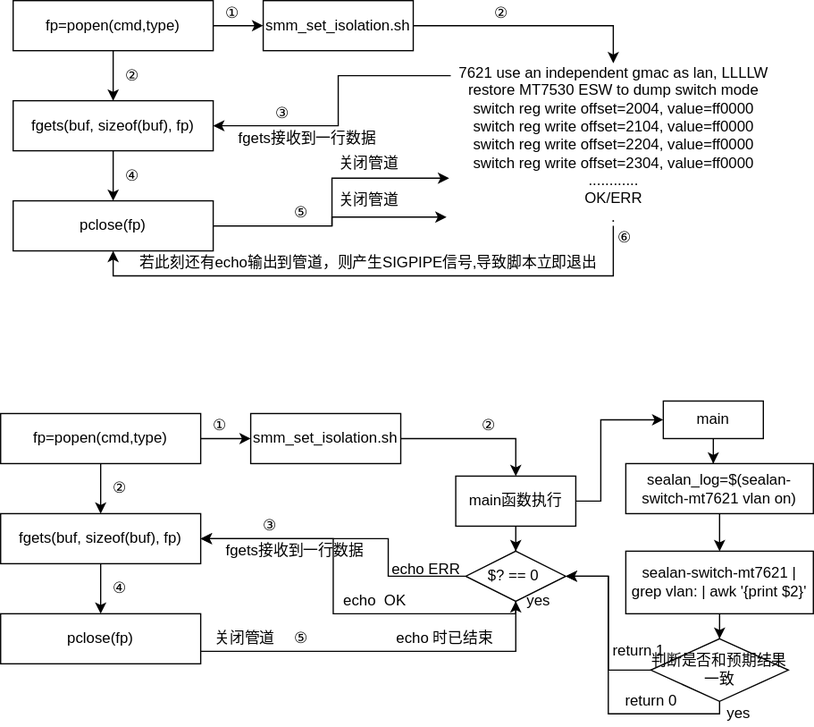
The draw.io diagram drag_demo/popen_isolation.svg in Archive-ch/Web_Demo, before a commit. Source tidied: cells renumbered, new cells last; positions are measured from the earlier drawing's top-left corner, leaving out a move shared by most shapes.
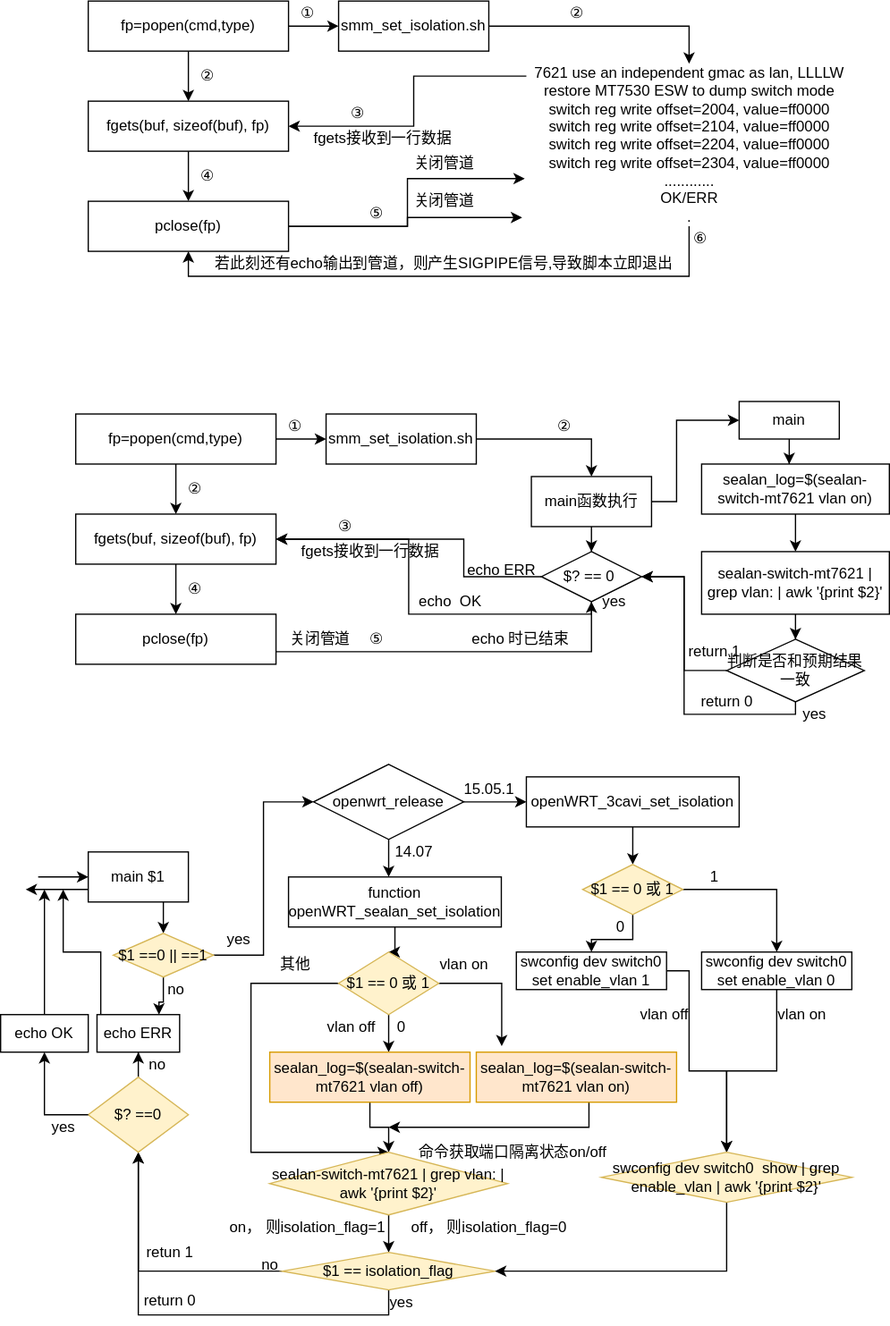
The same file after the commit.

What changed in the source:
```diff
@@ -246,5 +246,263 @@
     <mxCell id="64" value="echo ERR" style="text;html=1;align=center;verticalAlign=middle;" parent="1" vertex="1">
       <mxGeometry x="305" y="445" width="70" height="20" as="geometry" />
     </mxCell>
+    <mxCell id="65" style="edgeStyle=orthogonalEdgeStyle;rounded=0;jettySize=auto;html=1;startArrow=classic;startFill=1;endArrow=none;endFill=0;" parent="1" edge="1" source="68">
+      <mxGeometry relative="1" as="geometry">
+        <mxPoint x="-30" y="700" as="targetPoint" />
+      </mxGeometry>
+    </mxCell>
+    <mxCell id="66" style="edgeStyle=orthogonalEdgeStyle;rounded=0;jettySize=auto;html=1;startArrow=none;startFill=0;endArrow=classic;endFill=1;" parent="1" edge="1" source="68">
+      <mxGeometry relative="1" as="geometry">
+        <mxPoint x="-40" y="710" as="targetPoint" />
+        <Array as="points">
+          <mxPoint y="710" />
+          <mxPoint y="710" />
+        </Array>
+      </mxGeometry>
+    </mxCell>
+    <mxCell id="67" style="edgeStyle=orthogonalEdgeStyle;rounded=0;jettySize=auto;html=1;entryX=0.5;entryY=0;entryDx=0;entryDy=0;startArrow=none;startFill=0;endArrow=classic;endFill=1;" parent="1" edge="1" source="68" target="110">
+      <mxGeometry relative="1" as="geometry">
+        <Array as="points">
+          <mxPoint x="70" y="730" />
+          <mxPoint x="70" y="730" />
+        </Array>
+      </mxGeometry>
+    </mxCell>
+    <mxCell id="68" value="main $1" style="whiteSpace=wrap;html=1;" parent="1" vertex="1">
+      <mxGeometry x="10" y="680" width="80" height="40" as="geometry" />
+    </mxCell>
+    <mxCell id="69" style="edgeStyle=orthogonalEdgeStyle;rounded=0;jettySize=auto;html=1;" parent="1" edge="1" source="71">
+      <mxGeometry relative="1" as="geometry">
+        <mxPoint x="250" y="700" as="targetPoint" />
+      </mxGeometry>
+    </mxCell>
+    <mxCell id="70" style="edgeStyle=orthogonalEdgeStyle;rounded=0;jettySize=auto;html=1;startArrow=none;startFill=0;endArrow=classic;endFill=1;" parent="1" edge="1" source="71">
+      <mxGeometry relative="1" as="geometry">
+        <mxPoint x="360" y="640" as="targetPoint" />
+      </mxGeometry>
+    </mxCell>
+    <mxCell id="71" value="openwrt_release" style="rhombus;whiteSpace=wrap;html=1;" parent="1" vertex="1">
+      <mxGeometry x="190" y="610" width="120" height="60" as="geometry" />
+    </mxCell>
+    <mxCell id="72" value="14.07" style="text;html=1;align=center;verticalAlign=middle;" parent="1" vertex="1">
+      <mxGeometry x="245" y="670" width="50" height="20" as="geometry" />
+    </mxCell>
+    <mxCell id="73" style="edgeStyle=orthogonalEdgeStyle;rounded=0;jettySize=auto;html=1;" parent="1" edge="1" source="74">
+      <mxGeometry relative="1" as="geometry">
+        <mxPoint x="250" y="760" as="targetPoint" />
+      </mxGeometry>
+    </mxCell>
+    <mxCell id="74" value="function openWRT_sealan_set_isolation" style="whiteSpace=wrap;html=1;" parent="1" vertex="1">
+      <mxGeometry x="170" y="700" width="170" height="40" as="geometry" />
+    </mxCell>
+    <mxCell id="75" style="edgeStyle=orthogonalEdgeStyle;rounded=0;jettySize=auto;html=1;" parent="1" edge="1" source="78">
+      <mxGeometry relative="1" as="geometry">
+        <mxPoint x="250" y="840" as="targetPoint" />
+      </mxGeometry>
+    </mxCell>
+    <mxCell id="76" style="edgeStyle=orthogonalEdgeStyle;rounded=0;jettySize=auto;html=1;entryX=0.5;entryY=0;entryDx=0;entryDy=0;startArrow=none;startFill=0;endArrow=classic;endFill=1;" parent="1" edge="1" source="78" target="86">
+      <mxGeometry relative="1" as="geometry">
+        <Array as="points">
+          <mxPoint x="140" y="785" />
+          <mxPoint x="140" y="920" />
+        </Array>
+      </mxGeometry>
+    </mxCell>
+    <mxCell id="77" style="edgeStyle=orthogonalEdgeStyle;rounded=0;jettySize=auto;html=1;entryX=0.127;entryY=-0.119;entryDx=0;entryDy=0;entryPerimeter=0;startArrow=none;startFill=0;endArrow=classic;endFill=1;" parent="1" edge="1" source="78" target="84">
+      <mxGeometry relative="1" as="geometry" />
+    </mxCell>
+    <mxCell id="78" value="$1 == 0 或 1" style="rhombus;whiteSpace=wrap;html=1;fillColor=#fff2cc;strokeColor=#d6b656;" parent="1" vertex="1">
+      <mxGeometry x="210" y="760" width="80" height="50" as="geometry" />
+    </mxCell>
+    <mxCell id="79" value="0" style="text;html=1;align=center;verticalAlign=middle;" parent="1" vertex="1">
+      <mxGeometry x="250" y="810" width="20" height="20" as="geometry" />
+    </mxCell>
+    <mxCell id="80" value="vlan off" style="text;html=1;align=center;verticalAlign=middle;" parent="1" vertex="1">
+      <mxGeometry x="195" y="810" width="50" height="20" as="geometry" />
+    </mxCell>
+    <mxCell id="81" style="edgeStyle=orthogonalEdgeStyle;rounded=0;jettySize=auto;html=1;" parent="1" edge="1" source="82">
+      <mxGeometry relative="1" as="geometry">
+        <mxPoint x="250" y="920" as="targetPoint" />
+      </mxGeometry>
+    </mxCell>
+    <mxCell id="82" value="sealan_log=$(sealan-switch-mt7621 vlan off)" style="whiteSpace=wrap;html=1;fillColor=#ffe6cc;strokeColor=#d79b00;" parent="1" vertex="1">
+      <mxGeometry x="155" y="840" width="160" height="40" as="geometry" />
+    </mxCell>
+    <mxCell id="83" style="edgeStyle=orthogonalEdgeStyle;rounded=0;jettySize=auto;html=1;" parent="1" edge="1" source="84">
+      <mxGeometry relative="1" as="geometry">
+        <mxPoint x="250" y="900" as="targetPoint" />
+        <Array as="points">
+          <mxPoint x="410" y="900" />
+        </Array>
+      </mxGeometry>
+    </mxCell>
+    <mxCell id="84" value="sealan_log=$(sealan-switch-mt7621 vlan on)" style="whiteSpace=wrap;html=1;fillColor=#ffe6cc;strokeColor=#d79b00;" parent="1" vertex="1">
+      <mxGeometry x="320" y="840" width="160" height="40" as="geometry" />
+    </mxCell>
+    <mxCell id="85" style="edgeStyle=orthogonalEdgeStyle;rounded=0;jettySize=auto;html=1;" parent="1" edge="1" source="86">
+      <mxGeometry relative="1" as="geometry">
+        <mxPoint x="250" y="1000" as="targetPoint" />
+      </mxGeometry>
+    </mxCell>
+    <mxCell id="86" value="sealan-switch-mt7621 | grep vlan: | awk '{print $2}'" style="rhombus;whiteSpace=wrap;html=1;fillColor=#fff2cc;strokeColor=#d6b656;" parent="1" vertex="1">
+      <mxGeometry x="155" y="920" width="190" height="50" as="geometry" />
+    </mxCell>
+    <mxCell id="87" value="命令获取端口隔离状态on/off" style="text;html=1;align=center;verticalAlign=middle;" parent="1" vertex="1">
+      <mxGeometry x="264" y="910" width="170" height="20" as="geometry" />
+    </mxCell>
+    <mxCell id="88" style="edgeStyle=orthogonalEdgeStyle;rounded=0;jettySize=auto;html=1;exitX=0;exitY=0.5;exitDx=0;exitDy=0;entryX=0.5;entryY=1;entryDx=0;entryDy=0;" parent="1" edge="1" source="90" target="94">
+      <mxGeometry relative="1" as="geometry" />
+    </mxCell>
+    <mxCell id="89" style="edgeStyle=orthogonalEdgeStyle;rounded=0;jettySize=auto;html=1;entryX=0.5;entryY=1;entryDx=0;entryDy=0;" parent="1" edge="1" source="90" target="94">
+      <mxGeometry relative="1" as="geometry">
+        <Array as="points">
+          <mxPoint x="250" y="1050" />
+          <mxPoint x="50" y="1050" />
+        </Array>
+      </mxGeometry>
+    </mxCell>
+    <mxCell id="90" value="$1 ==&amp;nbsp;isolation_flag" style="rhombus;whiteSpace=wrap;html=1;fillColor=#fff2cc;strokeColor=#d6b656;" parent="1" vertex="1">
+      <mxGeometry x="165" y="1000" width="170" height="30" as="geometry" />
+    </mxCell>
+    <mxCell id="91" value="on， 则isolation_flag=1" style="text;html=1;align=center;verticalAlign=middle;" parent="1" vertex="1">
+      <mxGeometry x="115" y="970" width="140" height="20" as="geometry" />
+    </mxCell>
+    <mxCell id="92" value="yes" style="text;html=1;align=center;verticalAlign=middle;" parent="1" vertex="1">
+      <mxGeometry x="245" y="1030" width="30" height="20" as="geometry" />
+    </mxCell>
+    <mxCell id="93" style="edgeStyle=orthogonalEdgeStyle;rounded=0;jettySize=auto;html=1;" parent="1" edge="1" source="94">
+      <mxGeometry relative="1" as="geometry">
+        <mxPoint x="50" y="840" as="targetPoint" />
+      </mxGeometry>
+    </mxCell>
+    <mxCell id="94" value="$? ==0" style="rhombus;whiteSpace=wrap;html=1;fillColor=#fff2cc;strokeColor=#d6b656;" parent="1" vertex="1">
+      <mxGeometry x="10" y="860" width="80" height="60" as="geometry" />
+    </mxCell>
+    <mxCell id="95" style="edgeStyle=orthogonalEdgeStyle;rounded=0;jettySize=auto;html=1;startArrow=none;startFill=0;endArrow=classic;endFill=1;" parent="1" edge="1" source="96">
+      <mxGeometry relative="1" as="geometry">
+        <mxPoint x="-25" y="710" as="targetPoint" />
+      </mxGeometry>
+    </mxCell>
+    <mxCell id="96" value="echo OK" style="whiteSpace=wrap;html=1;" parent="1" vertex="1">
+      <mxGeometry x="-60" y="810" width="70" height="30" as="geometry" />
+    </mxCell>
+    <mxCell id="97" style="edgeStyle=orthogonalEdgeStyle;rounded=0;jettySize=auto;html=1;" parent="1" edge="1" source="94" target="96">
+      <mxGeometry relative="1" as="geometry">
+        <Array as="points">
+          <mxPoint x="-25" y="890" />
+        </Array>
+      </mxGeometry>
+    </mxCell>
+    <mxCell id="98" style="edgeStyle=orthogonalEdgeStyle;rounded=0;jettySize=auto;html=1;startArrow=none;startFill=0;endArrow=classic;endFill=1;" parent="1" edge="1" source="99">
+      <mxGeometry relative="1" as="geometry">
+        <mxPoint x="-10" y="710" as="targetPoint" />
+        <Array as="points">
+          <mxPoint x="20" y="760" />
+          <mxPoint x="-10" y="760" />
+        </Array>
+      </mxGeometry>
+    </mxCell>
+    <mxCell id="99" value="echo ERR" style="whiteSpace=wrap;html=1;" parent="1" vertex="1">
+      <mxGeometry x="17" y="810" width="66" height="30" as="geometry" />
+    </mxCell>
+    <mxCell id="100" value="no" style="text;html=1;align=center;verticalAlign=middle;" parent="1" vertex="1">
+      <mxGeometry x="50" y="840" width="30" height="20" as="geometry" />
+    </mxCell>
+    <mxCell id="101" value="yes" style="text;html=1;align=center;verticalAlign=middle;" parent="1" vertex="1">
+      <mxGeometry x="-25" y="890" width="30" height="20" as="geometry" />
+    </mxCell>
+    <mxCell id="102" value="retun 1" style="text;html=1;align=center;verticalAlign=middle;" parent="1" vertex="1">
+      <mxGeometry x="50" y="990" width="50" height="20" as="geometry" />
+    </mxCell>
+    <mxCell id="103" value="return 0" style="text;html=1;align=center;verticalAlign=middle;" parent="1" vertex="1">
+      <mxGeometry x="45" y="1029" width="60" height="20" as="geometry" />
+    </mxCell>
+    <mxCell id="104" value="no" style="text;html=1;align=center;verticalAlign=middle;" parent="1" vertex="1">
+      <mxGeometry x="140" y="1000" width="30" height="20" as="geometry" />
+    </mxCell>
+    <mxCell id="105" value="off， 则isolation_flag=0" style="text;html=1;align=center;verticalAlign=middle;" parent="1" vertex="1">
+      <mxGeometry x="260" y="970" width="140" height="20" as="geometry" />
+    </mxCell>
+    <mxCell id="106" value="vlan on" style="text;html=1;align=center;verticalAlign=middle;" parent="1" vertex="1">
+      <mxGeometry x="285" y="760" width="50" height="20" as="geometry" />
+    </mxCell>
+    <mxCell id="107" value="其他" style="text;html=1;align=center;verticalAlign=middle;" parent="1" vertex="1">
+      <mxGeometry x="155" y="760" width="40" height="20" as="geometry" />
+    </mxCell>
+    <mxCell id="108" style="edgeStyle=orthogonalEdgeStyle;rounded=0;jettySize=auto;html=1;entryX=0.75;entryY=0;entryDx=0;entryDy=0;startArrow=none;startFill=0;endArrow=classic;endFill=1;" parent="1" edge="1" source="110" target="99">
+      <mxGeometry relative="1" as="geometry" />
+    </mxCell>
+    <mxCell id="109" style="edgeStyle=orthogonalEdgeStyle;rounded=0;jettySize=auto;html=1;entryX=0;entryY=0.5;entryDx=0;entryDy=0;startArrow=none;startFill=0;endArrow=classic;endFill=1;" parent="1" edge="1" source="110" target="71">
+      <mxGeometry relative="1" as="geometry" />
+    </mxCell>
+    <mxCell id="110" value="$1 ==0 || ==1" style="rhombus;whiteSpace=wrap;html=1;fillColor=#fff2cc;strokeColor=#d6b656;" parent="1" vertex="1">
+      <mxGeometry x="30" y="745" width="80" height="35" as="geometry" />
+    </mxCell>
+    <mxCell id="111" value="no" style="text;html=1;align=center;verticalAlign=middle;" parent="1" vertex="1">
+      <mxGeometry x="65" y="780" width="30" height="20" as="geometry" />
+    </mxCell>
+    <mxCell id="112" value="yes" style="text;html=1;align=center;verticalAlign=middle;" parent="1" vertex="1">
+      <mxGeometry x="115" y="740" width="30" height="20" as="geometry" />
+    </mxCell>
+    <mxCell id="113" value="15.05.1" style="text;html=1;align=center;verticalAlign=middle;" parent="1" vertex="1">
+      <mxGeometry x="300" y="620" width="60" height="20" as="geometry" />
+    </mxCell>
+    <mxCell id="114" style="edgeStyle=orthogonalEdgeStyle;rounded=0;jettySize=auto;html=1;startArrow=none;startFill=0;endArrow=classic;endFill=1;" parent="1" edge="1" source="115">
+      <mxGeometry relative="1" as="geometry">
+        <mxPoint x="445" y="690" as="targetPoint" />
+      </mxGeometry>
+    </mxCell>
+    <mxCell id="115" value="openWRT_3cavi_set_isolation" style="whiteSpace=wrap;html=1;" parent="1" vertex="1">
+      <mxGeometry x="360" y="620" width="170" height="40" as="geometry" />
+    </mxCell>
+    <mxCell id="116" style="edgeStyle=orthogonalEdgeStyle;rounded=0;jettySize=auto;html=1;entryX=0.5;entryY=0;entryDx=0;entryDy=0;startArrow=none;startFill=0;endArrow=classic;endFill=1;" parent="1" edge="1" source="118" target="120">
+      <mxGeometry relative="1" as="geometry" />
+    </mxCell>
+    <mxCell id="117" style="edgeStyle=orthogonalEdgeStyle;rounded=0;jettySize=auto;html=1;entryX=0.5;entryY=0;entryDx=0;entryDy=0;startArrow=none;startFill=0;endArrow=classic;endFill=1;" parent="1" edge="1" source="118" target="122">
+      <mxGeometry relative="1" as="geometry" />
+    </mxCell>
+    <mxCell id="118" value="$1 == 0 或 1" style="rhombus;whiteSpace=wrap;html=1;fillColor=#fff2cc;strokeColor=#d6b656;" parent="1" vertex="1">
+      <mxGeometry x="405" y="690" width="80" height="40" as="geometry" />
+    </mxCell>
+    <mxCell id="119" style="edgeStyle=orthogonalEdgeStyle;rounded=0;jettySize=auto;html=1;entryX=0.5;entryY=0;entryDx=0;entryDy=0;startArrow=none;startFill=0;endArrow=classic;endFill=1;" parent="1" edge="1" source="120" target="126">
+      <mxGeometry relative="1" as="geometry">
+        <Array as="points">
+          <mxPoint x="490" y="775" />
+          <mxPoint x="490" y="855" />
+          <mxPoint x="520" y="855" />
+        </Array>
+      </mxGeometry>
+    </mxCell>
+    <mxCell id="120" value="swconfig dev switch0 set enable_vlan 1" style="whiteSpace=wrap;html=1;" parent="1" vertex="1">
+      <mxGeometry x="352" y="760" width="120" height="30" as="geometry" />
+    </mxCell>
+    <mxCell id="121" style="edgeStyle=orthogonalEdgeStyle;rounded=0;jettySize=auto;html=1;entryX=0.5;entryY=0;entryDx=0;entryDy=0;startArrow=none;startFill=0;endArrow=classic;endFill=1;" parent="1" edge="1" source="122" target="126">
+      <mxGeometry relative="1" as="geometry" />
+    </mxCell>
+    <mxCell id="122" value="swconfig dev switch0 set enable_vlan 0" style="whiteSpace=wrap;html=1;" parent="1" vertex="1">
+      <mxGeometry x="500" y="760" width="120" height="30" as="geometry" />
+    </mxCell>
+    <mxCell id="123" value="0" style="text;html=1;align=center;verticalAlign=middle;" parent="1" vertex="1">
+      <mxGeometry x="425" y="730" width="20" height="20" as="geometry" />
+    </mxCell>
+    <mxCell id="124" value="1" style="text;html=1;align=center;verticalAlign=middle;" parent="1" vertex="1">
+      <mxGeometry x="500" y="690" width="20" height="20" as="geometry" />
+    </mxCell>
+    <mxCell id="125" style="edgeStyle=orthogonalEdgeStyle;rounded=0;jettySize=auto;html=1;entryX=1;entryY=0.5;entryDx=0;entryDy=0;startArrow=none;startFill=0;endArrow=classic;endFill=1;" parent="1" edge="1" source="126" target="90">
+      <mxGeometry relative="1" as="geometry">
+        <Array as="points">
+          <mxPoint x="520" y="1015" />
+        </Array>
+      </mxGeometry>
+    </mxCell>
+    <mxCell id="126" value="swconfig dev switch0&amp;nbsp; show | grep enable_vlan | awk '{print $2}'" style="rhombus;whiteSpace=wrap;html=1;fillColor=#fff2cc;strokeColor=#d6b656;" parent="1" vertex="1">
+      <mxGeometry x="420" y="920" width="200" height="40" as="geometry" />
+    </mxCell>
+    <mxCell id="127" value="vlan off" style="text;html=1;align=center;verticalAlign=middle;" parent="1" vertex="1">
+      <mxGeometry x="445" y="800" width="50" height="20" as="geometry" />
+    </mxCell>
+    <mxCell id="128" value="vlan on" style="text;html=1;align=center;verticalAlign=middle;" parent="1" vertex="1">
+      <mxGeometry x="555" y="800" width="50" height="20" as="geometry" />
+    </mxCell>
   </root>
 </mxGraphModel>
```
